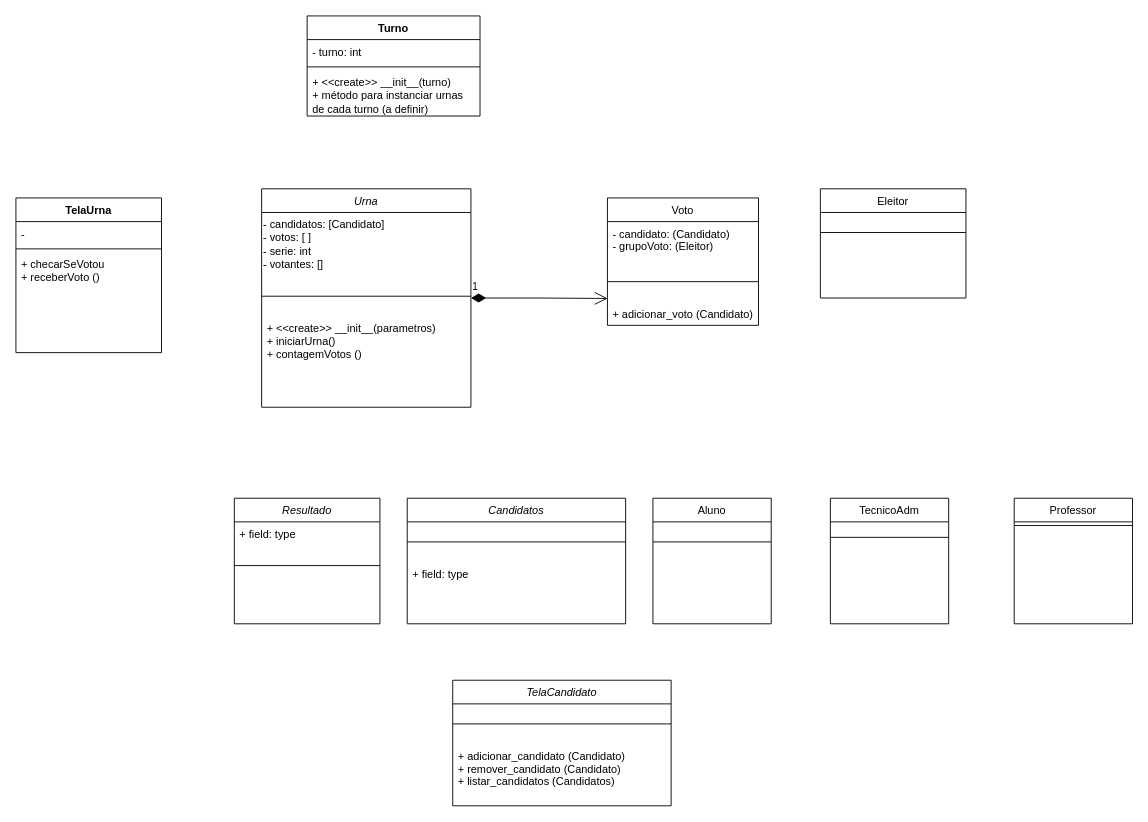
Alien-Love/T1_INE5605 keeps this draw.io diagram as projeto_urna.drawio. Above is the earlier version. Source tidied: cells renumbered, new cells numbered last; positions are measured from the earlier drawing's top-left corner, leaving out a move shared by most shapes. Both pictures are drawn from the tidied source at 91%, with x=0, y=0 at pixel (15, 15).
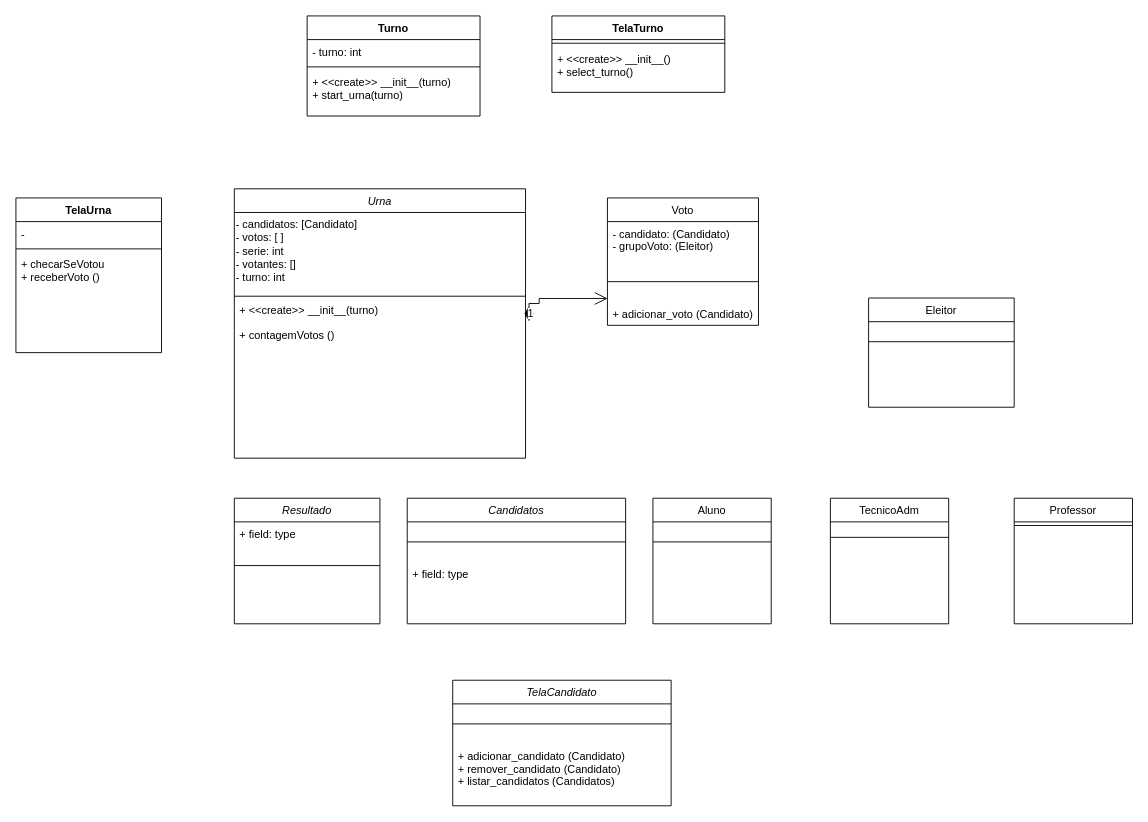
Above is the later version.

Unchanged cells that the change refers to:
```xml
<mxCell id="11" value="+ adicionar_voto (Candidato)" style="text;strokeColor=none;fillColor=none;align=left;verticalAlign=top;spacingLeft=4;spacingRight=4;overflow=hidden;points=[[0,0.5],[1,0.5]];portConstraint=eastwest;" parent="8" vertex="1">
  <mxGeometry y="114" width="166" height="26" as="geometry" />
</mxCell>
<mxCell id="28" value="Turno" style="swimlane;fontStyle=1;align=center;verticalAlign=top;horizontal=1;startSize=26;" parent="1" vertex="1">
  <mxGeometry x="320" width="190" height="110" as="geometry" />
</mxCell>
```

Change to the diagram source:
```diff
@@
     <mxCell id="2" value="Urna" style="swimlane;fontStyle=2;align=center;verticalAlign=top;horizontal=1;startSize=26;rounded=0;shadow=0;strokeWidth=1;" parent="1" vertex="1">
-      <mxGeometry x="270" y="190" width="230" height="240" as="geometry" />
+      <mxGeometry x="240" y="190" width="320" height="296" as="geometry" />
     </mxCell>
-    <mxCell id="3" value="- candidatos: [Candidato]&lt;br&gt;- votos: [ ]&lt;br&gt;- serie: int&lt;br&gt;- votantes: []" style="text;html=1;align=left;verticalAlign=top;strokeColor=none;fillColor=none;" parent="2" vertex="1">
-      <mxGeometry y="26" width="230" height="70" as="geometry" />
+    <mxCell id="3" value="- candidatos: [Candidato]&lt;br&gt;- votos: [ ]&lt;br&gt;- serie: int&lt;br&gt;- votantes: []&lt;br&gt;- turno: int" style="text;html=1;align=left;verticalAlign=top;strokeColor=none;fillColor=none;" parent="2" vertex="1">
+      <mxGeometry y="26" width="320" height="90" as="geometry" />
     </mxCell>
     <mxCell id="4" style="line;html=1;strokeWidth=1;align=left;verticalAlign=middle;spacingTop=-1;spacingLeft=3;spacingRight=3;labelPosition=right;" parent="2" vertex="1">
-      <mxGeometry y="96" width="230" height="44" as="geometry" />
+      <mxGeometry y="116" width="320" height="4" as="geometry" />
     </mxCell>
-    <mxCell id="5" value="+ &lt;&lt;create&gt;&gt; __init__(parametros)&#10;+ iniciarUrna()&#10;+ contagemVotos ()" style="text;strokeColor=none;fillColor=none;align=left;verticalAlign=top;spacingLeft=4;spacingRight=4;overflow=hidden;points=[[0,0.5],[1,0.5]];portConstraint=eastwest;" parent="2" vertex="1">
-      <mxGeometry y="140" width="230" height="100" as="geometry" />
+    <mxCell id="5" value="+ &lt;&lt;create&gt;&gt; __init__(turno)&#10;&#10;+ contagemVotos ()" style="text;strokeColor=none;fillColor=none;align=left;verticalAlign=top;spacingLeft=4;spacingRight=4;overflow=hidden;points=[[0,0.5],[1,0.5]];portConstraint=eastwest;" parent="2" vertex="1">
+      <mxGeometry y="120" width="320" height="120" as="geometry" />
     </mxCell>
@@
     <mxCell id="12" value="Eleitor" style="swimlane;fontStyle=0;align=center;verticalAlign=top;horizontal=1;startSize=26;rounded=0;shadow=0;strokeWidth=1;" parent="1" vertex="1">
-      <mxGeometry x="884" y="190" width="160" height="120" as="geometry" />
+      <mxGeometry x="937" y="310" width="160" height="120" as="geometry" />
     </mxCell>
@@
-    <mxCell id="31" value="+ &lt;&lt;create&gt;&gt; __init__(turno)&#10;+ método para instanciar urnas de cada turno (a definir)" style="text;strokeColor=none;fillColor=none;align=left;verticalAlign=top;spacingLeft=4;spacingRight=4;overflow=hidden;whiteSpace=wrap;" parent="28" vertex="1">
+    <mxCell id="31" value="+ &lt;&lt;create&gt;&gt; __init__(turno)&#10;+ start_urna(turno)" style="text;strokeColor=none;fillColor=none;align=left;verticalAlign=top;spacingLeft=4;spacingRight=4;overflow=hidden;whiteSpace=wrap;" parent="28" vertex="1">
       <mxGeometry y="60" width="190" height="50" as="geometry" />
     </mxCell>
@@
-    <mxCell id="35" value="1" style="endArrow=open;html=1;endSize=12;startArrow=diamondThin;startSize=14;startFill=1;edgeStyle=orthogonalEdgeStyle;align=left;verticalAlign=bottom;rounded=0;entryX=0.001;entryY=-0.135;entryDx=0;entryDy=0;entryPerimeter=0;" parent="1" edge="1" target="11">
+    <mxCell id="35" value="1" style="endArrow=open;html=1;endSize=12;startArrow=diamondThin;startSize=14;startFill=1;edgeStyle=orthogonalEdgeStyle;align=left;verticalAlign=bottom;rounded=0;entryX=0.001;entryY=-0.135;entryDx=0;entryDy=0;entryPerimeter=0;exitX=1.012;exitY=0.213;exitDx=0;exitDy=0;exitPerimeter=0;" parent="1" edge="1" source="5" target="11">
       <mxGeometry x="-1" y="3" relative="1" as="geometry">
-        <mxPoint x="500" y="310" as="sourcePoint" />
         <Array as="points">
+          <mxPoint x="575" y="316" />
           <mxPoint x="575" y="310" />
         </Array>
       </mxGeometry>
     </mxCell>
+    <mxCell id="36" value="TelaTurno" style="swimlane;fontStyle=1;align=center;verticalAlign=top;horizontal=1;startSize=26;" parent="1" vertex="1">
+      <mxGeometry x="589" width="190" height="84" as="geometry" />
+    </mxCell>
+    <mxCell id="37" style="line;strokeWidth=1;fillColor=none;align=left;verticalAlign=middle;spacingTop=-1;spacingLeft=3;spacingRight=3;labelPosition=right;strokeColor=inherit;" parent="36" vertex="1">
+      <mxGeometry y="26" width="190" height="8" as="geometry" />
+    </mxCell>
+    <mxCell id="38" value="+ &lt;&lt;create&gt;&gt; __init__()&#10;+ select_turno()" style="text;strokeColor=none;fillColor=none;align=left;verticalAlign=top;spacingLeft=4;spacingRight=4;overflow=hidden;whiteSpace=wrap;" parent="36" vertex="1">
+      <mxGeometry y="34" width="190" height="50" as="geometry" />
+    </mxCell>
```
